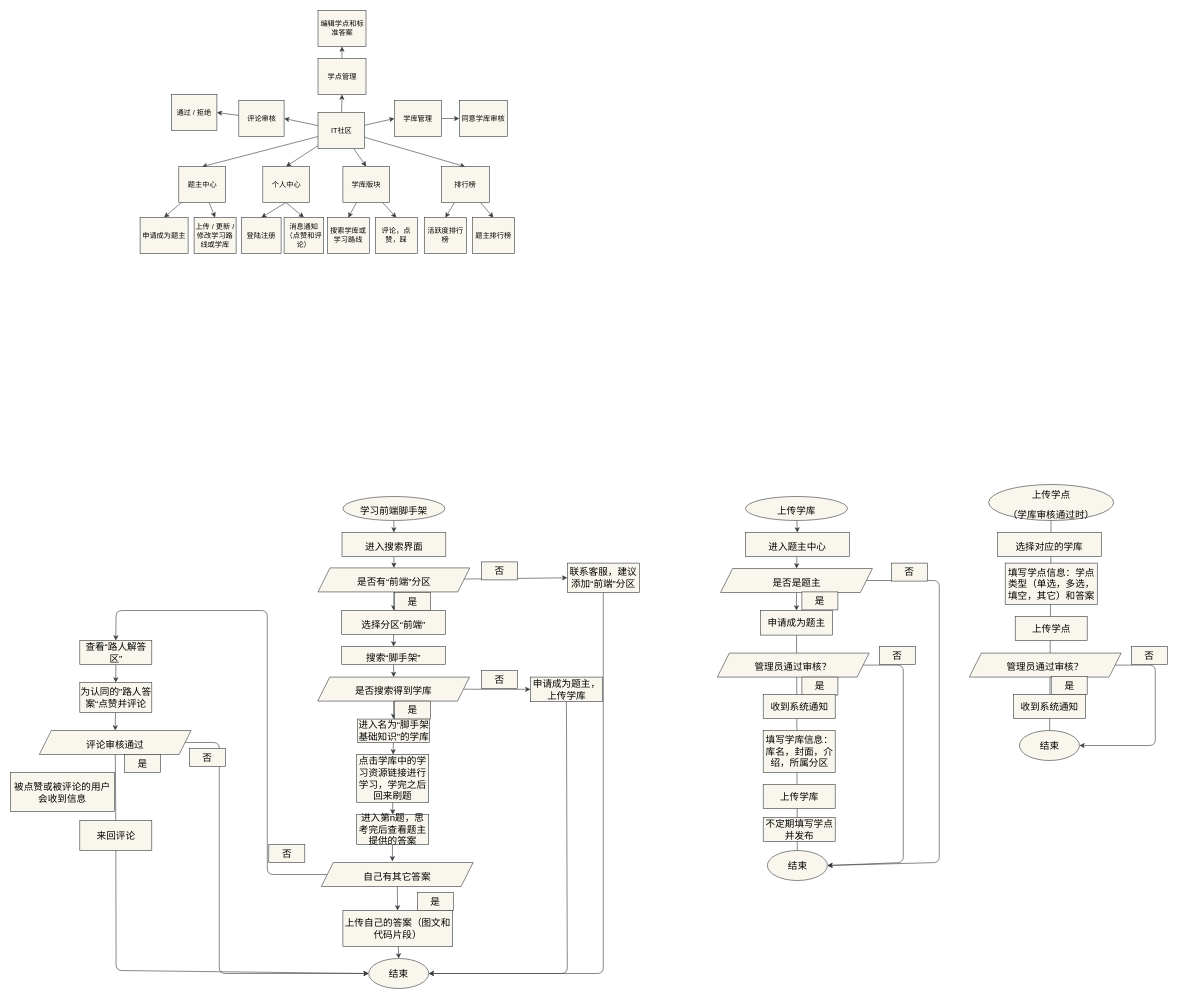
Before: page "第 7 页" (7 of 12) of a.dio in z-juln/it-community, a draw.io diagram. Source tidied: cells renumbered, new cells numbered last; positions are measured from the earlier drawing's top-left corner, leaving out a move shared by most shapes. Both pictures are drawn from the tidied source at 60%, with x=0, y=0 at pixel (10, 10).
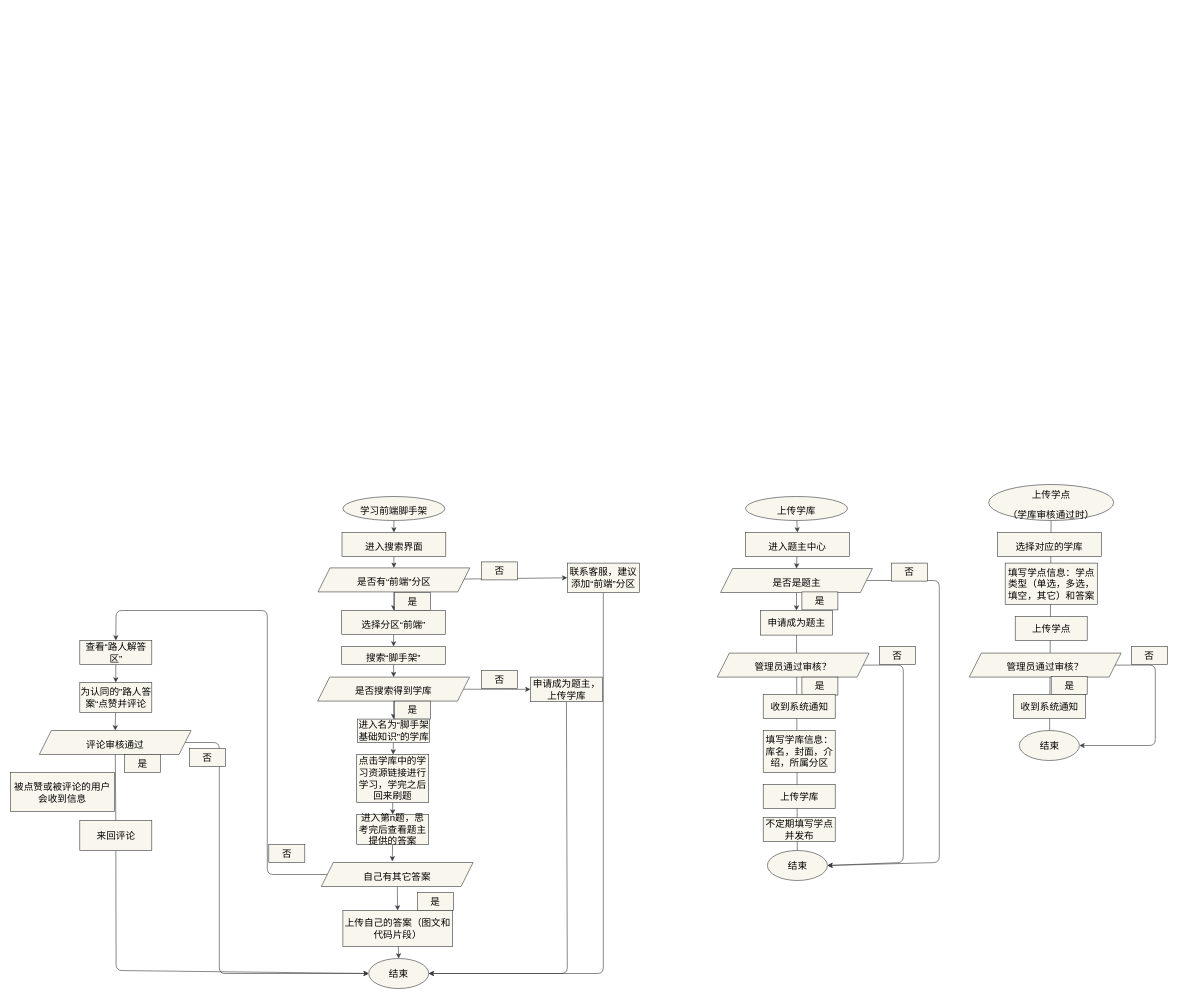
The same page after the edit.

The edit, as a diff of the source:
```diff
@@
-    <mxCell id="2" style="edgeStyle=none;html=1;entryX=0;entryY=0.5;entryDx=0;entryDy=0;fillColor=#f9f7ed;strokeColor=#36393d;fontColor=#000000;" parent="1" edge="1" source="3" target="111">
-      <mxGeometry relative="1" as="geometry" />
-    </mxCell>
-    <mxCell id="3" value="学库管理" style="rounded=0;whiteSpace=wrap;html=1;fillColor=#f9f7ed;strokeColor=#36393d;fontColor=#000000;" parent="1" vertex="1">
-      <mxGeometry x="640" y="150" width="78" height="60" as="geometry" />
-    </mxCell>
-    <mxCell id="4" value="编辑学点和标准答案" style="rounded=0;whiteSpace=wrap;html=1;fillColor=#f9f7ed;strokeColor=#36393d;fontColor=#000000;" parent="1" vertex="1">
-      <mxGeometry x="512.5" width="80" height="60" as="geometry" />
-    </mxCell>
-    <mxCell id="5" style="edgeStyle=none;html=1;entryX=0.5;entryY=0;entryDx=0;entryDy=0;fillColor=#f9f7ed;strokeColor=#36393d;fontColor=#000000;" parent="1" edge="1" source="12" target="22">
-      <mxGeometry relative="1" as="geometry" />
-    </mxCell>
-    <mxCell id="6" style="edgeStyle=none;html=1;entryX=0.5;entryY=0;entryDx=0;entryDy=0;fillColor=#f9f7ed;strokeColor=#36393d;fontColor=#000000;" parent="1" edge="1" source="12" target="27">
-      <mxGeometry relative="1" as="geometry" />
-    </mxCell>
-    <mxCell id="7" style="edgeStyle=none;html=1;entryX=0.5;entryY=0;entryDx=0;entryDy=0;fillColor=#f9f7ed;strokeColor=#36393d;fontColor=#000000;" parent="1" edge="1" source="12" target="18">
-      <mxGeometry relative="1" as="geometry" />
-    </mxCell>
-    <mxCell id="8" style="edgeStyle=none;html=1;entryX=0.5;entryY=0;entryDx=0;entryDy=0;fillColor=#f9f7ed;strokeColor=#36393d;fontColor=#000000;" parent="1" edge="1" source="12" target="117">
-      <mxGeometry relative="1" as="geometry" />
-    </mxCell>
-    <mxCell id="9" style="edgeStyle=none;html=1;entryX=0;entryY=0.5;entryDx=0;entryDy=0;fillColor=#f9f7ed;strokeColor=#36393d;fontColor=#000000;" parent="1" edge="1" source="12" target="3">
-      <mxGeometry relative="1" as="geometry" />
-    </mxCell>
-    <mxCell id="10" style="edgeStyle=none;html=1;entryX=0.5;entryY=1;entryDx=0;entryDy=0;fillColor=#f9f7ed;strokeColor=#36393d;fontColor=#000000;" parent="1" edge="1" source="12" target="32">
-      <mxGeometry relative="1" as="geometry" />
-    </mxCell>
-    <mxCell id="11" style="edgeStyle=none;html=1;entryX=1;entryY=0.5;entryDx=0;entryDy=0;fillColor=#f9f7ed;strokeColor=#36393d;fontColor=#000000;" parent="1" edge="1" source="12" target="34">
-      <mxGeometry relative="1" as="geometry" />
-    </mxCell>
-    <mxCell id="12" value="IT社区" style="rounded=0;whiteSpace=wrap;html=1;fillColor=#f9f7ed;strokeColor=#36393d;fontColor=#000000;" parent="1" vertex="1">
-      <mxGeometry x="512.5" y="170" width="77.5" height="60" as="geometry" />
-    </mxCell>
-    <mxCell id="13" style="edgeStyle=none;html=1;entryX=0.5;entryY=0;entryDx=0;entryDy=0;fontSize=27;exitX=0.5;exitY=1;exitDx=0;exitDy=0;fillColor=#f9f7ed;strokeColor=#36393d;fontColor=#000000;" parent="1" edge="1" source="117" target="30">
-      <mxGeometry relative="1" as="geometry" />
-    </mxCell>
-    <mxCell id="14" style="edgeStyle=none;html=1;entryX=0.5;entryY=0;entryDx=0;entryDy=0;fontSize=27;exitX=0.5;exitY=1;exitDx=0;exitDy=0;fillColor=#f9f7ed;strokeColor=#36393d;fontColor=#000000;" parent="1" edge="1" source="117" target="36">
-      <mxGeometry relative="1" as="geometry" />
-    </mxCell>
-    <mxCell id="15" value="申请成为题主" style="rounded=0;whiteSpace=wrap;html=1;fillColor=#f9f7ed;strokeColor=#36393d;fontColor=#000000;" parent="1" vertex="1">
-      <mxGeometry x="216" y="345" width="80" height="60" as="geometry" />
-    </mxCell>
-    <mxCell id="16" style="edgeStyle=none;html=1;entryX=0.5;entryY=0;entryDx=0;entryDy=0;fillColor=#f9f7ed;strokeColor=#36393d;fontColor=#000000;" parent="1" edge="1" source="18" target="19">
-      <mxGeometry relative="1" as="geometry" />
-    </mxCell>
-    <mxCell id="17" style="edgeStyle=none;html=1;entryX=0.5;entryY=0;entryDx=0;entryDy=0;fillColor=#f9f7ed;strokeColor=#36393d;fontColor=#000000;" parent="1" edge="1" source="18" target="24">
-      <mxGeometry relative="1" as="geometry" />
-    </mxCell>
-    <mxCell id="18" value="学库版块" style="rounded=0;whiteSpace=wrap;html=1;fillColor=#f9f7ed;strokeColor=#36393d;fontColor=#000000;" parent="1" vertex="1">
-      <mxGeometry x="554" y="260" width="77.5" height="60" as="geometry" />
-    </mxCell>
-    <mxCell id="19" value="搜索学库或学习路线" style="rounded=0;whiteSpace=wrap;html=1;fillColor=#f9f7ed;strokeColor=#36393d;fontColor=#000000;" parent="1" vertex="1">
-      <mxGeometry x="528" y="345.3" width="70" height="60" as="geometry" />
-    </mxCell>
-    <mxCell id="20" style="edgeStyle=none;html=1;entryX=0.5;entryY=0;entryDx=0;entryDy=0;fillColor=#f9f7ed;strokeColor=#36393d;fontColor=#000000;" parent="1" edge="1" source="22" target="15">
-      <mxGeometry relative="1" as="geometry" />
-    </mxCell>
-    <mxCell id="21" style="edgeStyle=none;html=1;entryX=0.5;entryY=0;entryDx=0;entryDy=0;fillColor=#f9f7ed;strokeColor=#36393d;fontColor=#000000;" parent="1" edge="1" source="22" target="23">
-      <mxGeometry relative="1" as="geometry" />
-    </mxCell>
-    <mxCell id="22" value="题主中心" style="rounded=0;whiteSpace=wrap;html=1;fillColor=#f9f7ed;strokeColor=#36393d;fontColor=#000000;" parent="1" vertex="1">
-      <mxGeometry x="280.5" y="260.3" width="77.5" height="60" as="geometry" />
-    </mxCell>
-    <mxCell id="23" value="上传 / 更新 / 修改学习路线或学库" style="rounded=0;whiteSpace=wrap;html=1;fillColor=#f9f7ed;strokeColor=#36393d;fontColor=#000000;" parent="1" vertex="1">
-      <mxGeometry x="306" y="345" width="70" height="60" as="geometry" />
-    </mxCell>
-    <mxCell id="24" value="评论，点赞，踩" style="rounded=0;whiteSpace=wrap;html=1;fillColor=#f9f7ed;strokeColor=#36393d;fontColor=#000000;" parent="1" vertex="1">
-      <mxGeometry x="608" y="345.3" width="70" height="60" as="geometry" />
-    </mxCell>
-    <mxCell id="25" style="edgeStyle=none;html=1;entryX=0.5;entryY=0;entryDx=0;entryDy=0;fillColor=#f9f7ed;strokeColor=#36393d;fontColor=#000000;" parent="1" edge="1" source="27" target="28">
-      <mxGeometry relative="1" as="geometry" />
-    </mxCell>
-    <mxCell id="26" style="edgeStyle=none;html=1;entryX=0.5;entryY=0;entryDx=0;entryDy=0;fillColor=#f9f7ed;strokeColor=#36393d;fontColor=#000000;" parent="1" edge="1" source="27" target="29">
-      <mxGeometry relative="1" as="geometry" />
-    </mxCell>
-    <mxCell id="27" value="排行榜" style="rounded=0;whiteSpace=wrap;html=1;fillColor=#f9f7ed;strokeColor=#36393d;fontColor=#000000;" parent="1" vertex="1">
-      <mxGeometry x="718" y="260.3" width="80" height="60" as="geometry" />
-    </mxCell>
-    <mxCell id="28" value="活跃度排行榜" style="rounded=0;whiteSpace=wrap;html=1;fillColor=#f9f7ed;strokeColor=#36393d;fontColor=#000000;" parent="1" vertex="1">
-      <mxGeometry x="689.8" y="345.3" width="70" height="60" as="geometry" />
-    </mxCell>
-    <mxCell id="29" value="题主排行榜" style="rounded=0;whiteSpace=wrap;html=1;fillColor=#f9f7ed;strokeColor=#36393d;fontColor=#000000;" parent="1" vertex="1">
-      <mxGeometry x="769.8" y="345.3" width="70" height="60" as="geometry" />
-    </mxCell>
-    <mxCell id="30" value="登陆注册" style="rounded=0;whiteSpace=wrap;html=1;fillColor=#f9f7ed;strokeColor=#36393d;fontColor=#000000;" parent="1" vertex="1">
-      <mxGeometry x="385" y="345" width="66" height="60" as="geometry" />
-    </mxCell>
-    <mxCell id="31" style="edgeStyle=none;html=1;entryX=0.5;entryY=1;entryDx=0;entryDy=0;fillColor=#f9f7ed;strokeColor=#36393d;fontColor=#000000;" parent="1" edge="1" source="32" target="4">
-      <mxGeometry relative="1" as="geometry" />
-    </mxCell>
-    <mxCell id="32" value="学点管理" style="rounded=0;whiteSpace=wrap;html=1;fillColor=#f9f7ed;strokeColor=#36393d;fontColor=#000000;" parent="1" vertex="1">
-      <mxGeometry x="512.5" y="80" width="80" height="60" as="geometry" />
-    </mxCell>
-    <mxCell id="33" style="edgeStyle=none;html=1;entryX=1;entryY=0.5;entryDx=0;entryDy=0;fillColor=#f9f7ed;strokeColor=#36393d;fontColor=#000000;" parent="1" edge="1" source="34" target="35">
-      <mxGeometry relative="1" as="geometry" />
-    </mxCell>
-    <mxCell id="34" value="评论审核" style="rounded=0;whiteSpace=wrap;html=1;fillColor=#f9f7ed;strokeColor=#36393d;fontColor=#000000;" parent="1" vertex="1">
-      <mxGeometry x="380.5" y="150" width="75.5" height="60" as="geometry" />
-    </mxCell>
-    <mxCell id="35" value="通过 / 拒绝" style="rounded=0;whiteSpace=wrap;html=1;fillColor=#f9f7ed;strokeColor=#36393d;fontColor=#000000;" parent="1" vertex="1">
-      <mxGeometry x="268" y="140" width="76" height="60" as="geometry" />
-    </mxCell>
-    <mxCell id="36" value="消息通知（点赞和评论）" style="rounded=0;whiteSpace=wrap;html=1;fillColor=#f9f7ed;strokeColor=#36393d;fontColor=#000000;" parent="1" vertex="1">
-      <mxGeometry x="456" y="345" width="66" height="60" as="geometry" />
-    </mxCell>
@@
-    <mxCell id="111" value="同意学库审核" style="rounded=0;whiteSpace=wrap;html=1;fillColor=#f9f7ed;strokeColor=#36393d;fontColor=#000000;" parent="1" vertex="1">
-      <mxGeometry x="748" y="150" width="80" height="60" as="geometry" />
-    </mxCell>
@@
-    <mxCell id="117" value="个人中心" style="rounded=0;whiteSpace=wrap;html=1;fillColor=#f9f7ed;strokeColor=#36393d;fontColor=#000000;" parent="1" vertex="1">
-      <mxGeometry x="420.5" y="260" width="77.5" height="60" as="geometry" />
-    </mxCell>
```
